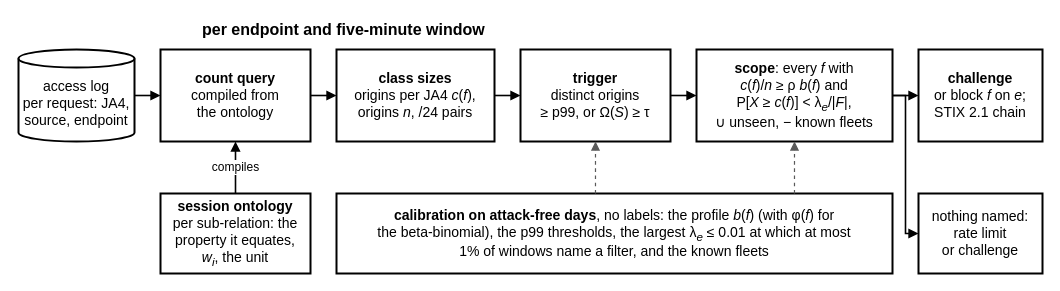
This is papers/http-session-noms/figures/src-drawio/fig1_scoping.drawio from Natanael0liveira/knowledge-graph-ddos-article, a draw.io file, before an edit. Source tidied: cells renumbered, new cells numbered last; positions are measured from the earlier drawing's top-left corner, leaving out a move shared by most shapes. Both pictures are drawn from the tidied source at 100%, with x=0, y=0 at pixel (18, 17).
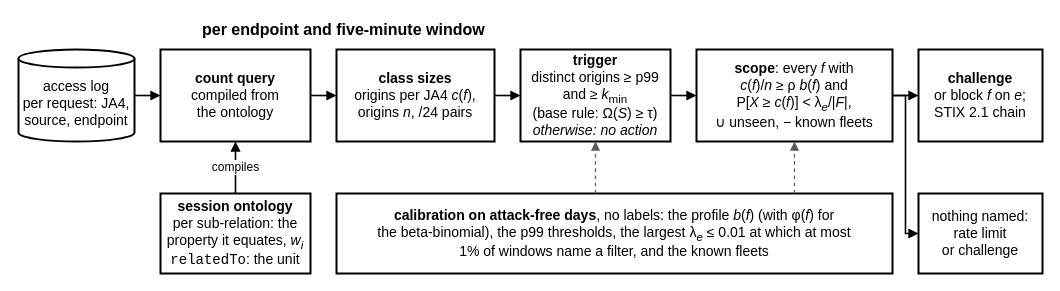
The same page after the edit.

Change to the diagram source:
```diff
@@
-    <mxCell id="6" value="&lt;b&gt;trigger&lt;/b&gt;&lt;br&gt;distinct origins&lt;br&gt;&amp;ge; p99, or &amp;Omega;(&lt;i&gt;S&lt;/i&gt;) &amp;ge; &amp;tau;" style="rounded=0;whiteSpace=wrap;html=1;fillColor=none;strokeColor=#000000;strokeWidth=2;fontFamily=Helvetica;fontSize=14;spacing=3;" parent="1" vertex="1">
+    <mxCell id="6" value="&lt;b&gt;trigger&lt;/b&gt;&lt;br&gt;distinct origins &amp;ge; p99&lt;br&gt;and &amp;ge; &lt;i&gt;k&lt;/i&gt;&lt;sub&gt;min&lt;/sub&gt;&lt;br&gt;(base rule: &amp;Omega;(&lt;i&gt;S&lt;/i&gt;) &amp;ge; &amp;tau;)&lt;br&gt;&lt;i&gt;otherwise: no action&lt;/i&gt;" style="rounded=0;whiteSpace=wrap;html=1;fillColor=none;strokeColor=#000000;strokeWidth=2;fontFamily=Helvetica;fontSize=14;spacing=3;" parent="1" vertex="1">
       <mxGeometry x="502" y="32" width="150" height="92" as="geometry" />
     </mxCell>
@@
-    <mxCell id="9" value="&lt;b&gt;session ontology&lt;/b&gt;&lt;br&gt;per sub-relation: the&lt;br&gt;property it equates,&lt;br&gt;&lt;i&gt;w&lt;sub&gt;i&lt;/sub&gt;&lt;/i&gt;, the unit" style="rounded=0;whiteSpace=wrap;html=1;fillColor=none;strokeColor=#000000;strokeWidth=2;fontFamily=Helvetica;fontSize=14;spacing=3;" parent="1" vertex="1">
+    <mxCell id="9" value="&lt;b&gt;session ontology&lt;/b&gt;&lt;br&gt;per sub-relation: the&lt;br&gt;property it equates, &lt;i&gt;w&lt;sub&gt;i&lt;/sub&gt;&lt;/i&gt;&lt;br&gt;&lt;font face=&quot;Courier New&quot;&gt;relatedTo&lt;/font&gt;: the unit" style="rounded=0;whiteSpace=wrap;html=1;fillColor=none;strokeColor=#000000;strokeWidth=2;fontFamily=Helvetica;fontSize=14;spacing=3;" parent="1" vertex="1">
       <mxGeometry x="142" y="176" width="150" height="80" as="geometry" />
     </mxCell>
```
